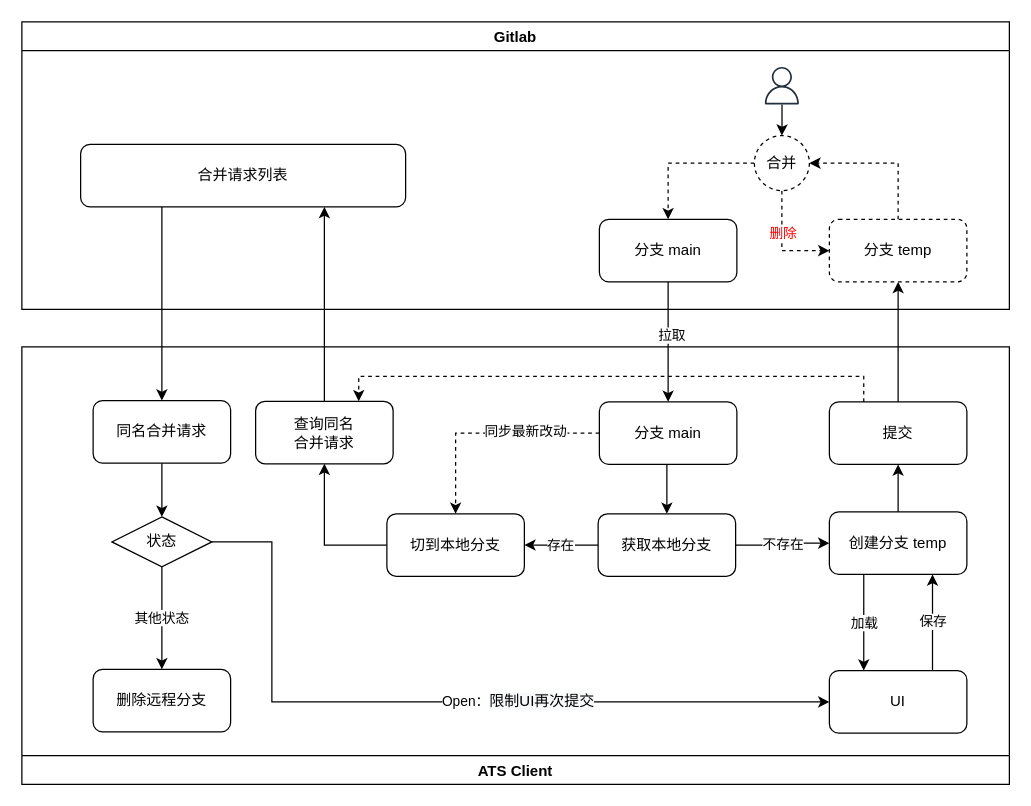
Before: Draw/ATS/细则管理.drawio in huangjia2107/DrawOnline, a draw.io diagram. Source tidied: cells renumbered, new cells numbered last; positions are measured from the earlier drawing's top-left corner, leaving out a move shared by most shapes. Both pictures are drawn from the tidied source at 125%, with x=0, y=0 at pixel (21, 21).
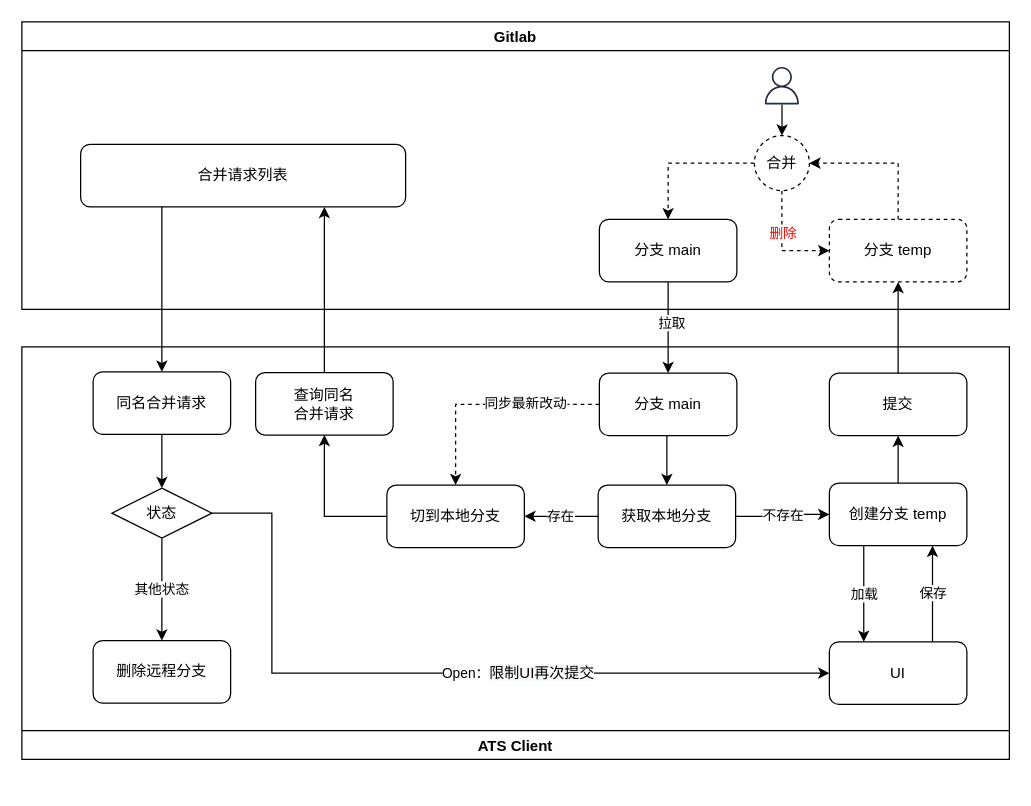
After the change.

Commit message (it also covers changes not shown here):
更新细则管理.drawio

Change to the diagram source:
```diff
@@
     <mxCell id="12" value="ATS Client" style="swimlane;flipV=1;" parent="1" vertex="1">
-      <mxGeometry y="260" width="790" height="350" as="geometry" />
+      <mxGeometry y="260" width="790" height="330" as="geometry" />
     </mxCell>
@@
     <mxCell id="16" value="分支 main" style="rounded=1;whiteSpace=wrap;html=1;" parent="12" vertex="1">
-      <mxGeometry x="462" y="44" width="110" height="50" as="geometry" />
+      <mxGeometry x="462" y="21" width="110" height="50" as="geometry" />
     </mxCell>
@@
     <mxCell id="18" value="创建分支 temp" style="rounded=1;whiteSpace=wrap;html=1;" parent="12" vertex="1">
-      <mxGeometry x="646" y="132" width="110" height="50" as="geometry" />
+      <mxGeometry x="646" y="109" width="110" height="50" as="geometry" />
     </mxCell>
@@
     <mxCell id="21" value="获取本地分支" style="rounded=1;whiteSpace=wrap;html=1;" parent="12" vertex="1">
-      <mxGeometry x="461" y="133.5" width="110" height="50" as="geometry" />
+      <mxGeometry x="461" y="110.5" width="110" height="50" as="geometry" />
     </mxCell>
     <mxCell id="22" value="查询同名&lt;br&gt;合并请求" style="rounded=1;whiteSpace=wrap;html=1;" parent="12" vertex="1">
-      <mxGeometry x="187" y="43.5" width="110" height="50" as="geometry" />
+      <mxGeometry x="187" y="20.5" width="110" height="50" as="geometry" />
     </mxCell>
@@
     <mxCell id="24" value="同名合并请求" style="rounded=1;whiteSpace=wrap;html=1;" parent="12" vertex="1">
-      <mxGeometry x="57" y="43" width="110" height="50" as="geometry" />
+      <mxGeometry x="57" y="20" width="110" height="50" as="geometry" />
     </mxCell>
@@
     <mxCell id="26" value="状态" style="rhombus;whiteSpace=wrap;html=1;gradientColor=#ffffff;" parent="12" vertex="1">
-      <mxGeometry x="72" y="136" width="80" height="40" as="geometry" />
+      <mxGeometry x="72" y="113" width="80" height="40" as="geometry" />
     </mxCell>
@@
     <mxCell id="28" value="切到本地分支" style="rounded=1;whiteSpace=wrap;html=1;" parent="12" vertex="1">
-      <mxGeometry x="292" y="133.5" width="110" height="50" as="geometry" />
+      <mxGeometry x="292" y="110.5" width="110" height="50" as="geometry" />
     </mxCell>
     <mxCell id="29" value="删除远程分支" style="rounded=1;whiteSpace=wrap;html=1;" parent="12" vertex="1">
-      <mxGeometry x="57" y="258" width="110" height="50" as="geometry" />
+      <mxGeometry x="57" y="235" width="110" height="50" as="geometry" />
     </mxCell>
-    <mxCell id="30" style="edgeStyle=orthogonalEdgeStyle;rounded=0;jettySize=auto;html=1;exitX=0.25;exitY=0;exitDx=0;exitDy=0;entryX=0.75;entryY=0;entryDx=0;entryDy=0;fontColor=#000000;strokeColor=#000000;dashed=1;" parent="12" edge="1" source="31" target="22">
-      <mxGeometry relative="1" as="geometry" />
-    </mxCell>
     <mxCell id="31" value="提交" style="rounded=1;whiteSpace=wrap;html=1;" parent="12" vertex="1">
-      <mxGeometry x="646" y="44" width="110" height="50" as="geometry" />
+      <mxGeometry x="646" y="21" width="110" height="50" as="geometry" />
     </mxCell>
@@
     <mxCell id="36" style="edgeStyle=orthogonalEdgeStyle;rounded=0;jettySize=auto;html=1;exitX=0;exitY=0.5;exitDx=0;exitDy=0;fontColor=#000000;strokeColor=#000000;" parent="1" edge="1" source="37">
       <mxGeometry relative="1" as="geometry">
-        <mxPoint x="646" y="544" as="targetPoint" />
+        <mxPoint x="646" y="521" as="targetPoint" />
       </mxGeometry>
     </mxCell>
     <mxCell id="37" value="UI" style="rounded=1;whiteSpace=wrap;html=1;" parent="1" vertex="1">
-      <mxGeometry x="646" y="519" width="110" height="50" as="geometry" />
+      <mxGeometry x="646" y="496" width="110" height="50" as="geometry" />
     </mxCell>
@@
     <mxCell id="40" value="Open：&lt;span style=&quot;font-size: 12px ; background-color: rgb(248 , 249 , 250)&quot;&gt;限制UI再次提交&lt;/span&gt;" style="edgeStyle=orthogonalEdgeStyle;rounded=0;jettySize=auto;html=1;exitX=1;exitY=0.5;exitDx=0;exitDy=0;entryX=0;entryY=0.5;entryDx=0;entryDy=0;" parent="1" edge="1" source="26" target="37">
       <mxGeometry x="0.2" relative="1" as="geometry">
         <Array as="points">
-          <mxPoint x="200" y="416" />
-          <mxPoint x="200" y="544" />
+          <mxPoint x="200" y="393" />
+          <mxPoint x="200" y="521" />
         </Array>
       </mxGeometry>
     </mxCell>
```
